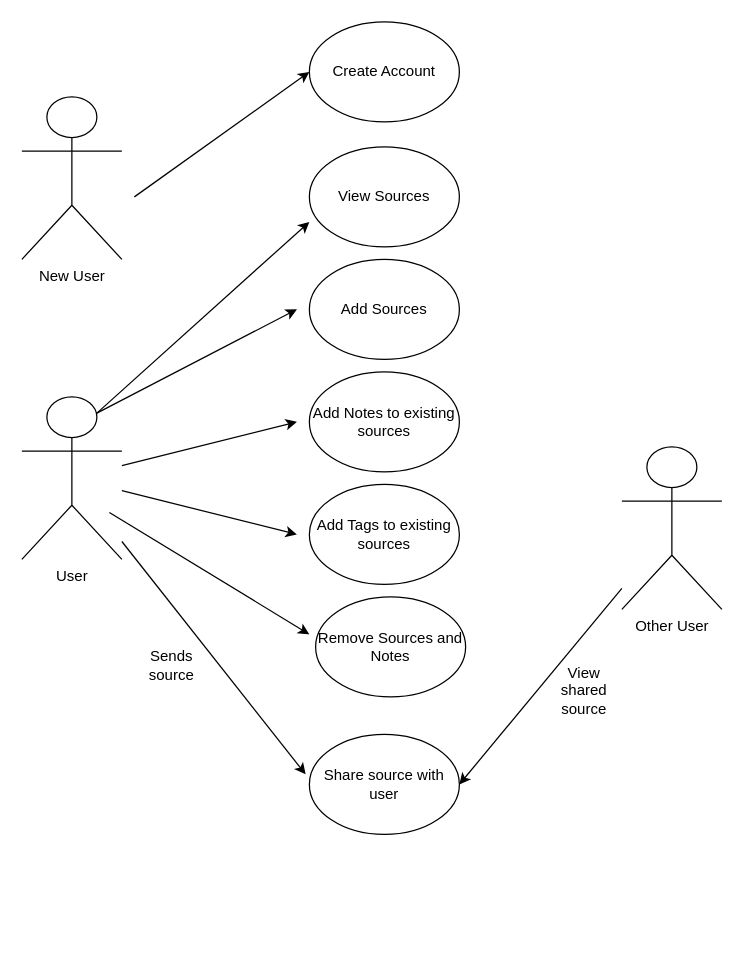
Above: documentation/UseCase/Use Case Diagram.drawio in Cwill124/Group3Spring2024Capstone (draw.io), before the change. Source tidied: cells renumbered, new cells numbered last; positions are measured from the earlier drawing's top-left corner, leaving out a move shared by most shapes. Both pictures are drawn from the tidied source at 125%, with x=0, y=0 at pixel (21, 21).
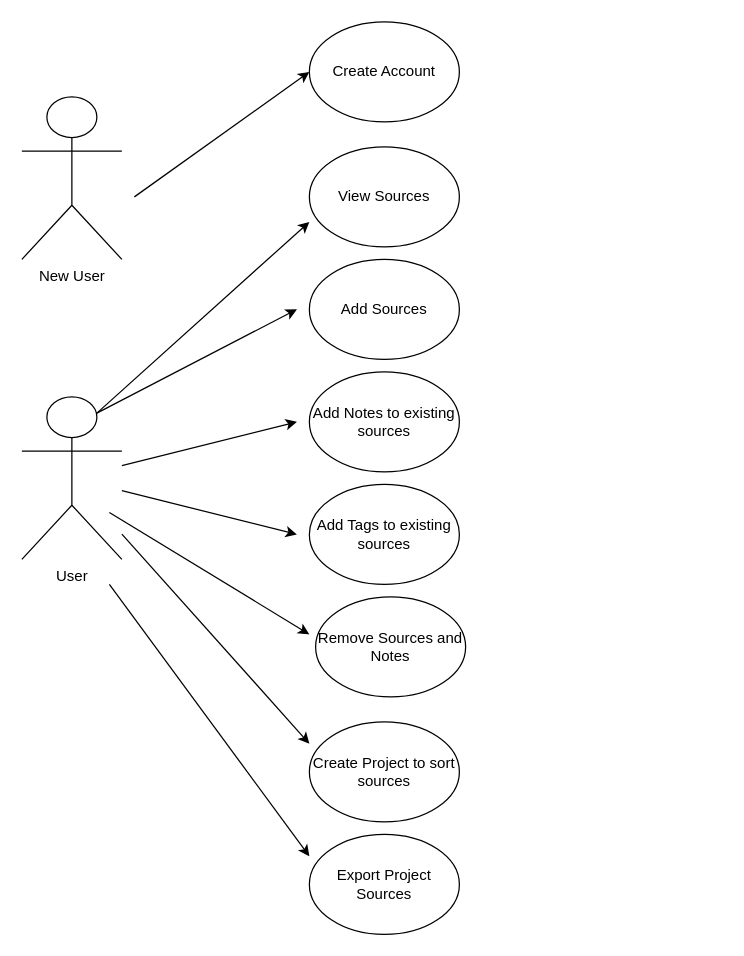
The same page after the edit.

The change refers to these unchanged cells:
```xml
<mxCell id="9" value="User" style="shape=umlActor;verticalLabelPosition=bottom;verticalAlign=top;html=1;outlineConnect=0;" parent="1" vertex="1">
  <mxGeometry y="300" width="80" height="130" as="geometry" />
</mxCell>
```

Diff of the diagram source:
```diff
@@
-    <mxCell id="8" value="Share source with user" style="ellipse;whiteSpace=wrap;html=1;" parent="1" vertex="1">
-      <mxGeometry x="230" y="570" width="120" height="80" as="geometry" />
-    </mxCell>
@@
-    <mxCell id="10" value="Other User" style="shape=umlActor;verticalLabelPosition=bottom;verticalAlign=top;html=1;outlineConnect=0;" parent="1" vertex="1">
-      <mxGeometry x="480" y="340" width="80" height="130" as="geometry" />
-    </mxCell>
-    <mxCell id="11" style="endArrow=classic;html=1;rounded=0;entryX=-0.025;entryY=0.4;entryDx=0;entryDy=0;entryPerimeter=0;" parent="1" edge="1" source="9" target="8">
-      <mxGeometry relative="1" as="geometry" />
-    </mxCell>
-    <mxCell id="12" style="endArrow=classic;html=1;rounded=0;entryX=1;entryY=0.5;entryDx=0;entryDy=0;" parent="1" edge="1" source="10" target="8">
-      <mxGeometry relative="1" as="geometry" />
-    </mxCell>
-    <mxCell id="13" value="View shared source" style="text;html=1;strokeColor=none;fillColor=none;align=center;verticalAlign=middle;whiteSpace=wrap;rounded=0;" parent="1" vertex="1">
-      <mxGeometry x="420" y="520" width="60" height="30" as="geometry" />
-    </mxCell>
-    <mxCell id="14" value="Sends source" style="text;html=1;strokeColor=none;fillColor=none;align=center;verticalAlign=middle;whiteSpace=wrap;rounded=0;" parent="1" vertex="1">
-      <mxGeometry x="90" y="500" width="60" height="30" as="geometry" />
-    </mxCell>
@@
+    <mxCell id="22" value="Create Project to sort sources" style="ellipse;whiteSpace=wrap;html=1;" parent="1" vertex="1">
+      <mxGeometry x="230" y="560" width="120" height="80" as="geometry" />
+    </mxCell>
+    <mxCell id="23" style="endArrow=classic;html=1;rounded=0;" parent="1" edge="1" source="9">
+      <mxGeometry relative="1" as="geometry">
+        <mxPoint x="230" y="577.5" as="targetPoint" />
+      </mxGeometry>
+    </mxCell>
+    <mxCell id="24" value="Export Project Sources" style="ellipse;whiteSpace=wrap;html=1;" parent="1" vertex="1">
+      <mxGeometry x="230" y="650" width="120" height="80" as="geometry" />
+    </mxCell>
+    <mxCell id="25" style="endArrow=classic;html=1;rounded=0;" parent="1" edge="1">
+      <mxGeometry relative="1" as="geometry">
+        <mxPoint x="70" y="450" as="sourcePoint" />
+        <mxPoint x="230" y="667.5" as="targetPoint" />
+      </mxGeometry>
+    </mxCell>
```
